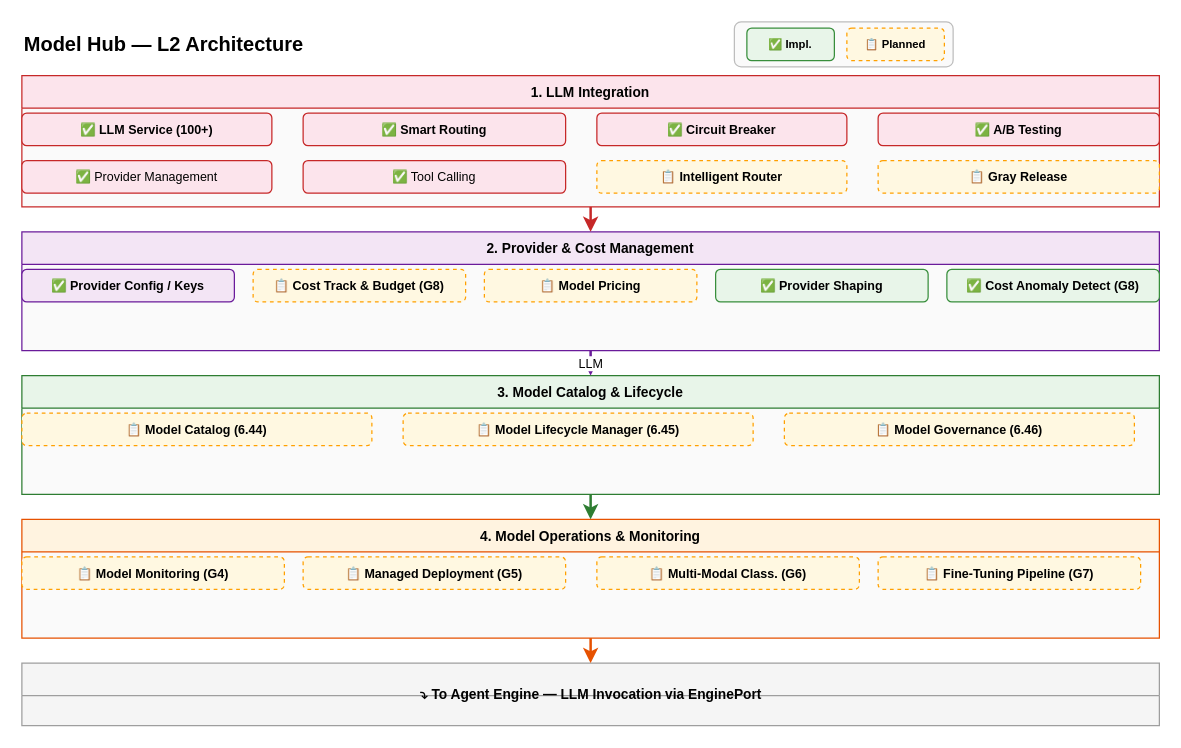
The draw.io diagram docs/design/hardware/model-hub-l2.drawio in xueyufish/hecate, before the edit. Source tidied: cells renumbered, new cells numbered last; positions are measured from the earlier drawing's top-left corner, leaving out a move shared by most shapes. Both pictures are drawn from the tidied source at 125%, with x=0, y=0 at pixel (21, 21).
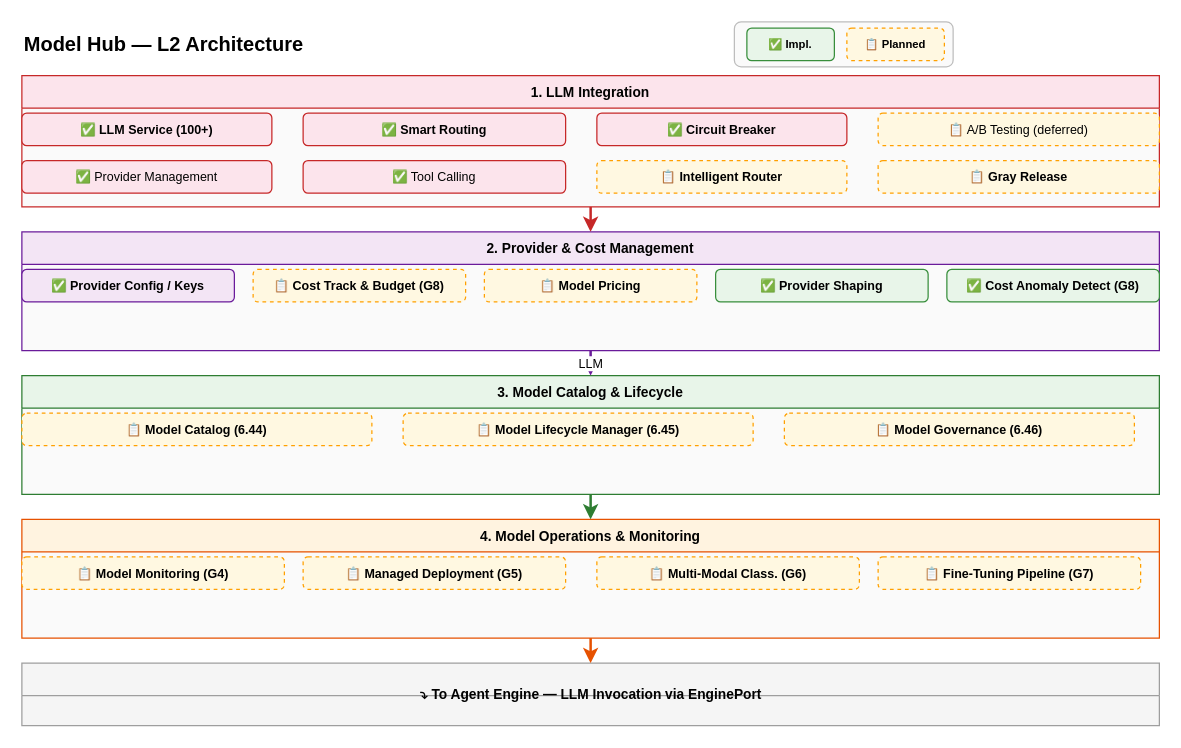
The same diagram, later.

Unchanged cells that the change refers to:
```xml
<mxCell id="6" value="1. LLM Integration" style="swimlane;startSize=26;fillColor=#FCE4EC;strokeColor=#C62828;fontSize=11;fontStyle=1;swimlaneFillColor=#FAFAFA;" parent="1" vertex="1">
  <mxGeometry y="43" width="910" height="105" as="geometry" />
</mxCell>
```

The edit, as a diff of the source:
```diff
@@
-    <mxCell id="10" value="✅ A/B Testing" style="rounded=1;whiteSpace=wrap;html=1;fillColor=#FCE4EC;strokeColor=#C62828;fontSize=10;fontStyle=1;" parent="6" vertex="1">
+    <mxCell id="10" value="📋 A/B Testing (deferred)" style="rounded=1;whiteSpace=wrap;html=1;fillColor=#FFF8E1;strokeColor=#FFA000;fontSize=10;dashed=1;" parent="6" vertex="1">
       <mxGeometry x="685" y="30" width="225" height="26" as="geometry" />
     </mxCell>
```
